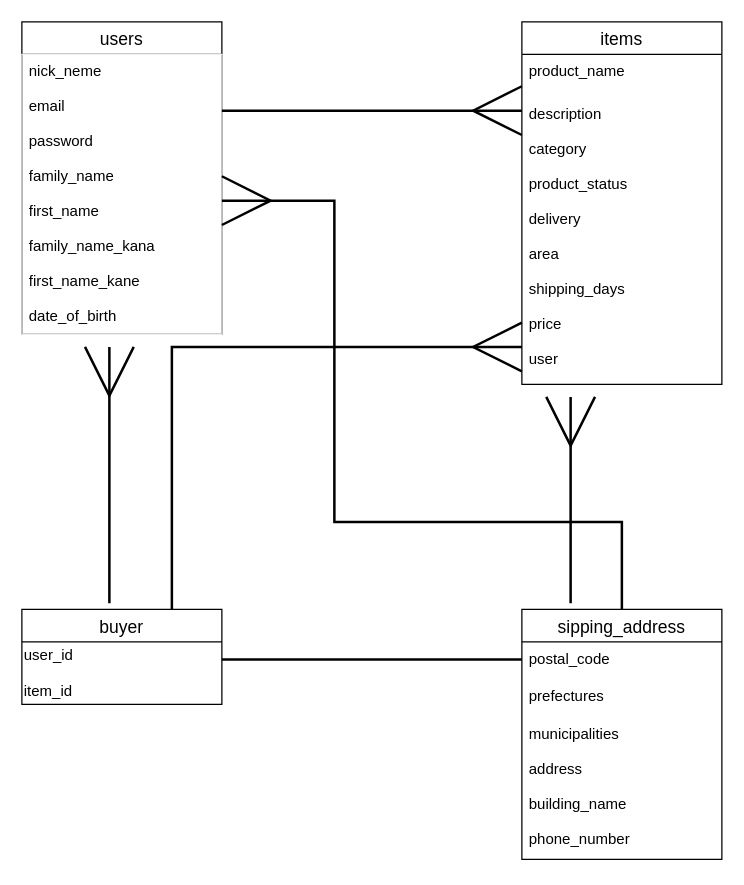
This is er.dio from nikumiso213/furima-30560, a draw.io file, before an edit. Source tidied: cells renumbered, new cells numbered last; positions are measured from the earlier drawing's top-left corner, leaving out a move shared by most shapes. Both pictures are drawn from the tidied source at 125%, with x=0, y=0 at pixel (21, 21).
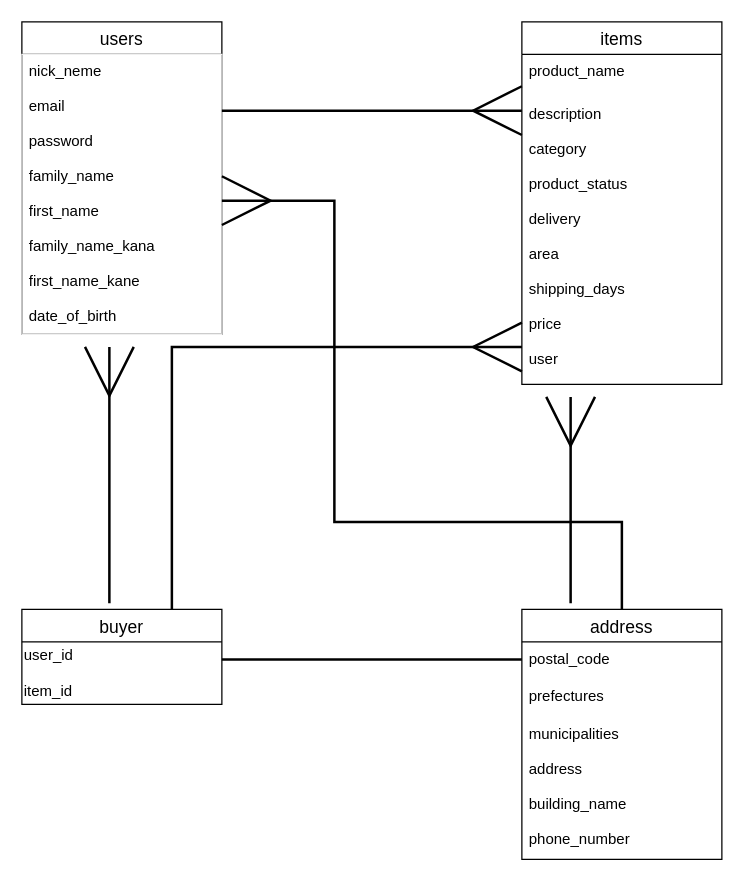
The same diagram, later.

Change to the diagram source:
```diff
@@
-    <mxCell id="14" value="sipping_address" style="swimlane;fontStyle=0;horizontal=1;startSize=26;align=center;fontSize=14;" parent="1" vertex="1">
+    <mxCell id="14" value="address" style="swimlane;fontStyle=0;horizontal=1;startSize=26;align=center;fontSize=14;" parent="1" vertex="1">
       <mxGeometry x="400" y="470" width="160" height="200" as="geometry" />
     </mxCell>
```
